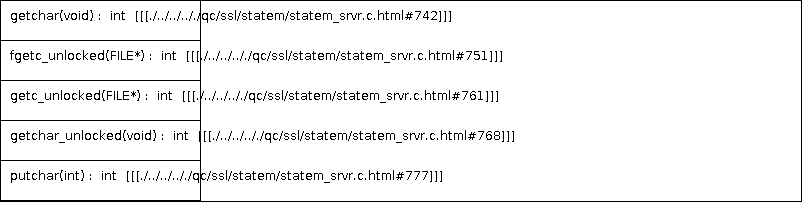
This is docs/qc/ssl/statem/statem_srvr.c.png from qualitesys/openssl, a PlantUML export, as it was before one commit. Its source is kept beside it as docs/qc/ssl/statem/statem_srvr.c.puml.
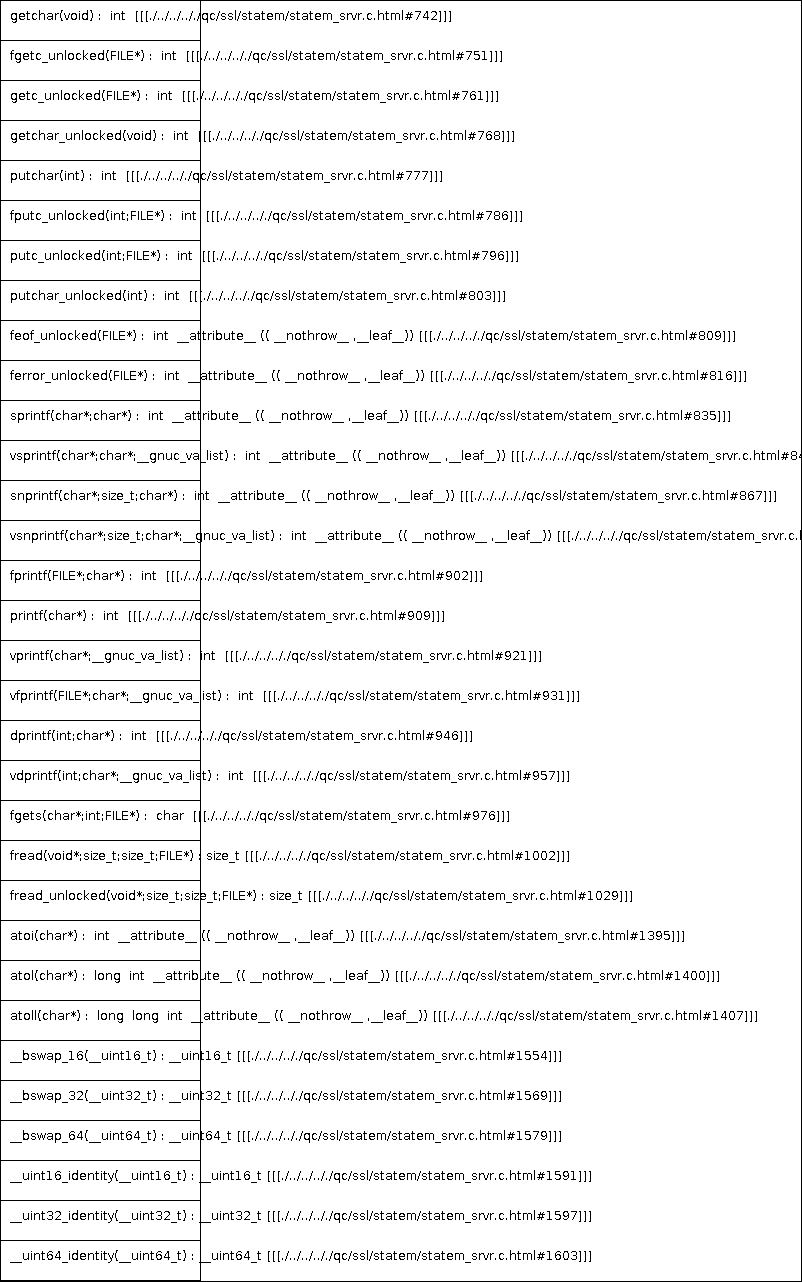
The same diagram one commit later.

Change to the diagram source:
```diff
@@ -6,5 +6,32 @@
 getc_unlocked(FILE*) :  int  [[[./../../.././qc/ssl/statem/statem_srvr.c.html#761]]]
 getchar_unlocked(void) :  int  [[[./../../.././qc/ssl/statem/statem_srvr.c.html#768]]]
 putchar(int) :  int  [[[./../../.././qc/ssl/statem/statem_srvr.c.html#777]]]
+fputc_unlocked(int;FILE*) :  int  [[[./../../.././qc/ssl/statem/statem_srvr.c.html#786]]]
+putc_unlocked(int;FILE*) :  int  [[[./../../.././qc/ssl/statem/statem_srvr.c.html#796]]]
+putchar_unlocked(int) :  int  [[[./../../.././qc/ssl/statem/statem_srvr.c.html#803]]]
+feof_unlocked(FILE*) :  int  __attribute__ (( __nothrow__ ,__leaf__)) [[[./../../.././qc/ssl/statem/statem_srvr.c.html#809]]]
+ferror_unlocked(FILE*) :  int  __attribute__ (( __nothrow__ ,__leaf__)) [[[./../../.././qc/ssl/statem/statem_srvr.c.html#816]]]
+sprintf(char*;char*) :  int  __attribute__ (( __nothrow__ ,__leaf__)) [[[./../../.././qc/ssl/statem/statem_srvr.c.html#835]]]
+vsprintf(char*;char*;__gnuc_va_list) :  int  __attribute__ (( __nothrow__ ,__leaf__)) [[[./../../.././qc/ssl/statem/statem_srvr.c.html#848]]]
+snprintf(char*;size_t;char*) :  int  __attribute__ (( __nothrow__ ,__leaf__)) [[[./../../.././qc/ssl/statem/statem_srvr.c.html#867]]]
+vsnprintf(char*;size_t;char*;__gnuc_va_list) :  int  __attribute__ (( __nothrow__ ,__leaf__)) [[[./../../.././qc/ssl/statem/statem_srvr.c.html#881]]]
+fprintf(FILE*;char*) :  int  [[[./../../.././qc/ssl/statem/statem_srvr.c.html#902]]]
+printf(char*) :  int  [[[./../../.././qc/ssl/statem/statem_srvr.c.html#909]]]
+vprintf(char*;__gnuc_va_list) :  int  [[[./../../.././qc/ssl/statem/statem_srvr.c.html#921]]]
+vfprintf(FILE*;char*;__gnuc_va_list) :  int  [[[./../../.././qc/ssl/statem/statem_srvr.c.html#931]]]
+dprintf(int;char*) :  int  [[[./../../.././qc/ssl/statem/statem_srvr.c.html#946]]]
+vdprintf(int;char*;__gnuc_va_list) :  int  [[[./../../.././qc/ssl/statem/statem_srvr.c.html#957]]]
+fgets(char*;int;FILE*) :  char  [[[./../../.././qc/ssl/statem/statem_srvr.c.html#976]]]
+fread(void*;size_t;size_t;FILE*) : size_t [[[./../../.././qc/ssl/statem/statem_srvr.c.html#1002]]]
+fread_unlocked(void*;size_t;size_t;FILE*) : size_t [[[./../../.././qc/ssl/statem/statem_srvr.c.html#1029]]]
+atoi(char*) :  int  __attribute__ (( __nothrow__ ,__leaf__)) [[[./../../.././qc/ssl/statem/statem_srvr.c.html#1395]]]
+atol(char*) :  long  int  __attribute__ (( __nothrow__ ,__leaf__)) [[[./../../.././qc/ssl/statem/statem_srvr.c.html#1400]]]
+atoll(char*) :  long  long  int  __attribute__ (( __nothrow__ ,__leaf__)) [[[./../../.././qc/ssl/statem/statem_srvr.c.html#1407]]]
+__bswap_16(__uint16_t) : __uint16_t [[[./../../.././qc/ssl/statem/statem_srvr.c.html#1554]]]
+__bswap_32(__uint32_t) : __uint32_t [[[./../../.././qc/ssl/statem/statem_srvr.c.html#1569]]]
+__bswap_64(__uint64_t) : __uint64_t [[[./../../.././qc/ssl/statem/statem_srvr.c.html#1579]]]
+__uint16_identity(__uint16_t) : __uint16_t [[[./../../.././qc/ssl/statem/statem_srvr.c.html#1591]]]
+__uint32_identity(__uint32_t) : __uint32_t [[[./../../.././qc/ssl/statem/statem_srvr.c.html#1597]]]
+__uint64_identity(__uint64_t) : __uint64_t [[[./../../.././qc/ssl/statem/statem_srvr.c.html#1603]]]
 }
 @enduml
```
